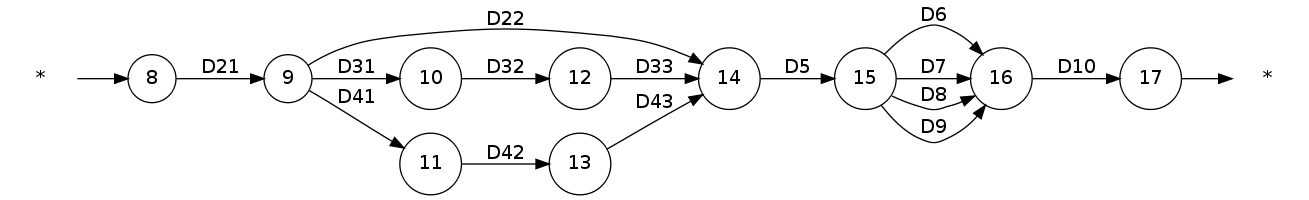
Before: Trabajos/T3/img/grafo_inicial_diseño.png, a diagram exported from Graphviz (srug86/pgsiesi). Its source is kept beside it as Trabajos/T3/img/grafo_inicial_diseño.dot. The source it was exported from:
```dot
digraph grafo_inicial {
	rankdir = LR;
	ast1 [label = "*", shape=plaintext]
	ast2 [label = "*", shape=plaintext]
	node [shape = circle];
	ast1 -> 8;
	8 -> 9 [label = "D21"];
	9 -> 14 [label = "D22"];
	9 -> 10 [label = "D31"];
	10 -> 12 [label = "D32"];
	12 -> 14 [label = "D33"];
	9 -> 11 [label = "D41"];
	11 -> 13 [label = "D42"];
	13 -> 14 [label = "D43"];
	14 -> 15 [label = "D5"];
	15 -> 16 [label = "D6"];
	15 -> 16 [label = "D7"];
	15 -> 16 [label = "D8"];
	15 -> 16 [label = "D9"];
	16 -> 17 [label = "D10"];
	17 -> ast2;
}
```
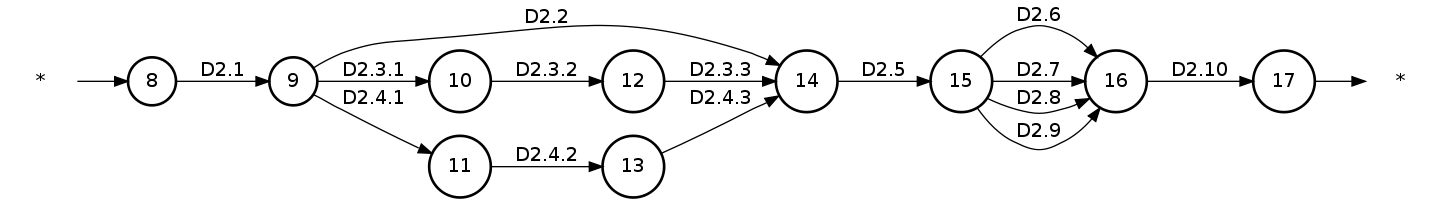
The same file after the commit.

The edit, as a diff of the source:
```diff
@@ -2,21 +2,21 @@
 	rankdir = LR;
 	ast1 [label = "*", shape=plaintext]
 	ast2 [label = "*", shape=plaintext]
-	node [shape = circle];
+	node [shape = circle style=bold];
 	ast1 -> 8;
-	8 -> 9 [label = "D21"];
-	9 -> 14 [label = "D22"];
-	9 -> 10 [label = "D31"];
-	10 -> 12 [label = "D32"];
-	12 -> 14 [label = "D33"];
-	9 -> 11 [label = "D41"];
-	11 -> 13 [label = "D42"];
-	13 -> 14 [label = "D43"];
-	14 -> 15 [label = "D5"];
-	15 -> 16 [label = "D6"];
-	15 -> 16 [label = "D7"];
-	15 -> 16 [label = "D8"];
-	15 -> 16 [label = "D9"];
-	16 -> 17 [label = "D10"];
+	8 -> 9 [label = "D2.1"];
+	9 -> 14 [label = "D2.2"];
+	9 -> 10 [label = "D2.3.1"];
+	10 -> 12 [label = "D2.3.2"];
+	12 -> 14 [label = "D2.3.3"];
+	9 -> 11 [label = "D2.4.1"];
+	11 -> 13 [label = "D2.4.2"];
+	13 -> 14 [label = "D2.4.3"];
+	14 -> 15 [label = "D2.5"];
+	15 -> 16 [label = "D2.6"];
+	15 -> 16 [label = "D2.7"];
+	15 -> 16 [label = "D2.8"];
+	15 -> 16 [label = "D2.9"];
+	16 -> 17 [label = "D2.10"];
 	17 -> ast2;
 }
```
